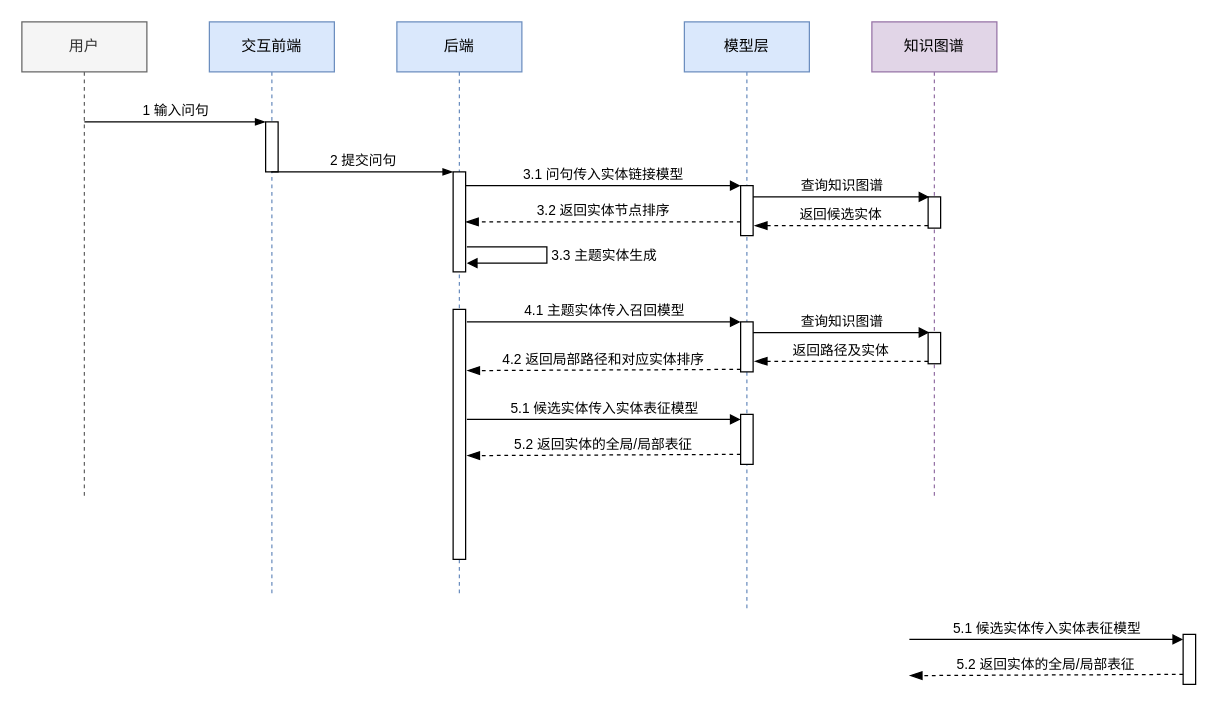
The draw.io diagram timeline.drawio in Dionysusssss/GraduationDesign2, before the edit. Source tidied: cells renumbered, new cells numbered last; positions are measured from the earlier drawing's top-left corner, leaving out a move shared by most shapes. Both pictures are drawn from the tidied source at 125%, with x=0, y=0 at pixel (21, 21).
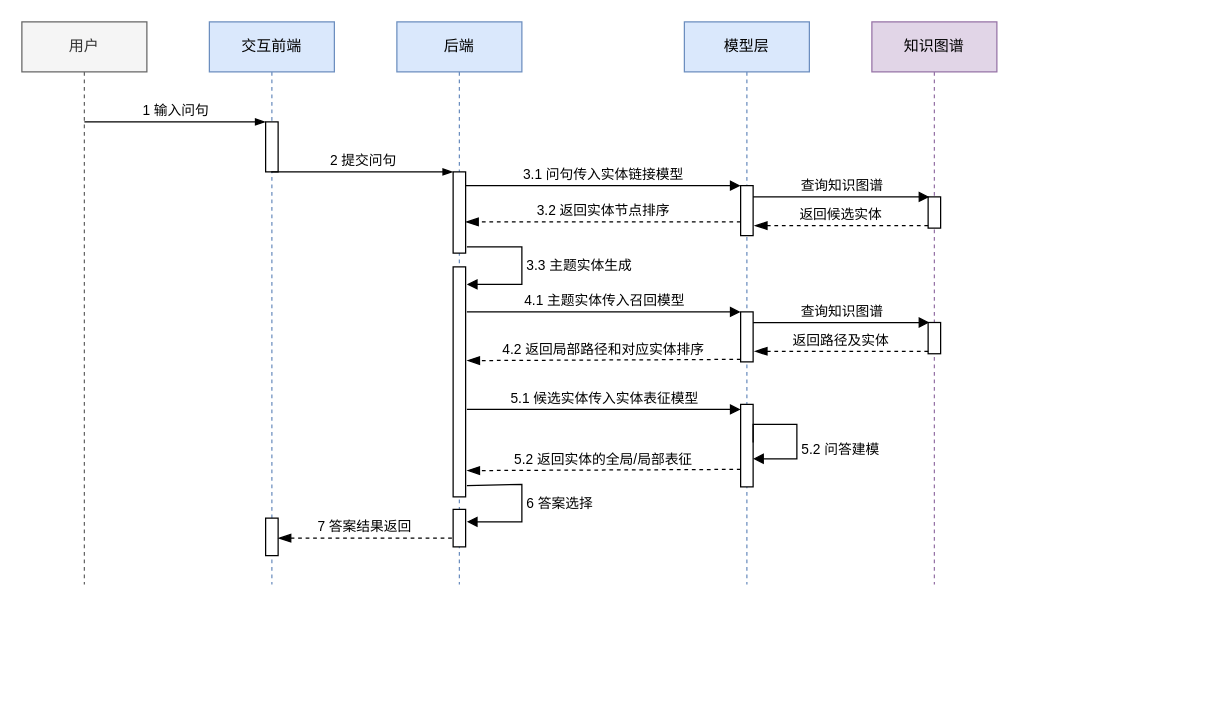
The same page after the edit.

What changed in the source:
```diff
@@
     <mxCell id="2" value="&lt;span style=&quot;&quot;&gt;用户&lt;/span&gt;" style="shape=umlLifeline;perimeter=lifelinePerimeter;whiteSpace=wrap;html=1;fillColor=#f5f5f5;fontColor=#333333;strokeColor=#666666;" parent="1" vertex="1">
-      <mxGeometry width="100" height="380" as="geometry" />
+      <mxGeometry width="100" height="450" as="geometry" />
     </mxCell>
     <mxCell id="3" value="交互前端" style="shape=umlLifeline;perimeter=lifelinePerimeter;whiteSpace=wrap;html=1;outlineConnect=0;fillColor=#dae8fc;strokeColor=#6c8ebf;" parent="1" vertex="1">
-      <mxGeometry x="150" width="100" height="460" as="geometry" />
+      <mxGeometry x="150" width="100" height="450" as="geometry" />
     </mxCell>
@@
+    <mxCell id="31" style="html=1;perimeter=orthogonalPerimeter;" parent="3" vertex="1">
+      <mxGeometry x="45" y="397" width="10" height="30" as="geometry" />
+    </mxCell>
     <mxCell id="5" value="&lt;span style=&quot;&quot;&gt;后端&lt;/span&gt;" style="shape=umlLifeline;perimeter=lifelinePerimeter;whiteSpace=wrap;html=1;fillColor=#dae8fc;strokeColor=#6c8ebf;" parent="1" vertex="1">
-      <mxGeometry x="300" width="100" height="460" as="geometry" />
+      <mxGeometry x="300" width="100" height="450" as="geometry" />
     </mxCell>
     <mxCell id="6" style="html=1;points=[];perimeter=orthogonalPerimeter;" parent="5" vertex="1">
-      <mxGeometry x="45" y="120" width="10" height="80" as="geometry" />
+      <mxGeometry x="45" y="120" width="10" height="65" as="geometry" />
     </mxCell>
     <mxCell id="7" style="html=1;points=[];perimeter=orthogonalPerimeter;" parent="5" vertex="1">
-      <mxGeometry x="45" y="230" width="10" height="200" as="geometry" />
+      <mxGeometry x="45" y="196" width="10" height="184" as="geometry" />
     </mxCell>
     <mxCell id="8" value="3.3 主题实体生成" style="edgeStyle=orthogonalEdgeStyle;html=1;align=left;spacingLeft=2;endArrow=block;rounded=0;jumpSize=6;" parent="5" edge="1">
       <mxGeometry relative="1" as="geometry">
         <mxPoint x="56" y="180" as="sourcePoint" />
-        <mxPoint x="56" y="193" as="targetPoint" />
+        <mxPoint x="56" y="210" as="targetPoint" />
         <Array as="points">
-          <mxPoint x="120" y="180" />
-          <mxPoint x="120" y="193" />
+          <mxPoint x="100" y="180" />
+          <mxPoint x="100" y="210" />
         </Array>
       </mxGeometry>
     </mxCell>
+    <mxCell id="32" value="6 答案选择" style="edgeStyle=orthogonalEdgeStyle;html=1;align=left;spacingLeft=2;endArrow=block;rounded=0;jumpSize=6;exitX=1.1;exitY=0.951;exitDx=0;exitDy=0;exitPerimeter=0;entryX=1.1;entryY=0.333;entryDx=0;entryDy=0;entryPerimeter=0;" parent="5" edge="1" source="7" target="33">
+      <mxGeometry relative="1" as="geometry">
+        <Array as="points">
+          <mxPoint x="100" y="370" />
+          <mxPoint x="100" y="400" />
+        </Array>
+      </mxGeometry>
+    </mxCell>
+    <mxCell id="33" style="html=1;points=[];perimeter=orthogonalPerimeter;" parent="5" vertex="1">
+      <mxGeometry x="45" y="390" width="10" height="30" as="geometry" />
+    </mxCell>
     <mxCell id="9" value="模型层" style="shape=umlLifeline;perimeter=lifelinePerimeter;whiteSpace=wrap;html=1;fillColor=#dae8fc;strokeColor=#6c8ebf;" parent="1" vertex="1">
-      <mxGeometry x="530" width="100" height="470" as="geometry" />
+      <mxGeometry x="530" width="100" height="450" as="geometry" />
     </mxCell>
@@
     <mxCell id="11" style="html=1;points=[];perimeter=orthogonalPerimeter;" parent="9" vertex="1">
-      <mxGeometry x="45" y="240" width="10" height="40" as="geometry" />
+      <mxGeometry x="45" y="232" width="10" height="40" as="geometry" />
     </mxCell>
     <mxCell id="12" style="html=1;perimeter=orthogonalPerimeter;" parent="9" vertex="1">
-      <mxGeometry x="45" y="314" width="10" height="40" as="geometry" />
+      <mxGeometry x="45" y="306" width="10" height="66" as="geometry" />
     </mxCell>
     <mxCell id="13" value="5.1 候选实体传入实体表征模型" style="html=1;verticalAlign=bottom;endArrow=block;entryX=0;entryY=0;rounded=0;" parent="9" edge="1">
       <mxGeometry relative="1" as="geometry">
-        <mxPoint x="-174" y="318" as="sourcePoint" />
-        <mxPoint x="45" y="318" as="targetPoint" />
+        <mxPoint x="-174" y="310" as="sourcePoint" />
+        <mxPoint x="45" y="310" as="targetPoint" />
       </mxGeometry>
     </mxCell>
-    <mxCell id="14" value="5.2 返回实体的全局/局部表征" style="html=1;verticalAlign=bottom;endArrow=blockThin;dashed=1;endSize=8;exitX=0;exitY=0.95;rounded=0;exitDx=0;exitDy=0;endFill=1;" parent="9" edge="1">
-      <mxGeometry relative="1" as="geometry">
-        <mxPoint x="45" y="346" as="sourcePoint" />
-        <mxPoint x="-174" y="347" as="targetPoint" />
-      </mxGeometry>
-    </mxCell>
+    <mxCell id="34" value="5.2 问答建模" style="edgeStyle=orthogonalEdgeStyle;html=1;align=left;spacingLeft=2;endArrow=block;rounded=0;jumpSize=6;verticalAlign=top;labelPosition=right;verticalLabelPosition=bottom;" parent="9" edge="1">
+      <mxGeometry relative="1" as="geometry">
+        <mxPoint x="55" y="336.5" as="sourcePoint" />
+        <mxPoint x="55" y="349.5" as="targetPoint" />
+        <Array as="points">
+          <mxPoint x="55" y="322" />
+          <mxPoint x="90" y="322" />
+          <mxPoint x="90" y="350" />
+        </Array>
+      </mxGeometry>
+    </mxCell>
     <mxCell id="15" value="知识图谱" style="shape=umlLifeline;perimeter=lifelinePerimeter;whiteSpace=wrap;html=1;fillColor=#e1d5e7;strokeColor=#9673a6;" parent="1" vertex="1">
-      <mxGeometry x="680" width="100" height="380" as="geometry" />
+      <mxGeometry x="680" width="100" height="450" as="geometry" />
     </mxCell>
@@
     <mxCell id="17" style="html=1;perimeter=orthogonalPerimeter;" parent="15" vertex="1">
-      <mxGeometry x="45" y="248.5" width="10" height="25" as="geometry" />
+      <mxGeometry x="45" y="240.5" width="10" height="25" as="geometry" />
     </mxCell>
     <mxCell id="18" value="返回路径及实体" style="html=1;verticalAlign=bottom;endArrow=blockThin;dashed=1;endSize=8;exitX=0;exitY=0.95;rounded=0;entryX=1.1;entryY=0.9;entryDx=0;entryDy=0;entryPerimeter=0;endFill=1;jumpSize=6;" parent="15" edge="1">
       <mxGeometry relative="1" as="geometry">
-        <mxPoint x="45" y="271.5" as="sourcePoint" />
-        <mxPoint x="-94" y="271.5" as="targetPoint" />
+        <mxPoint x="45" y="263.5" as="sourcePoint" />
+        <mxPoint x="-94" y="263.5" as="targetPoint" />
       </mxGeometry>
     </mxCell>
     <mxCell id="19" value="查询知识图谱" style="html=1;verticalAlign=bottom;endArrow=block;rounded=0;entryX=0.1;entryY=0.1;entryDx=0;entryDy=0;entryPerimeter=0;exitX=1;exitY=0.275;exitDx=0;exitDy=0;exitPerimeter=0;" parent="15" edge="1">
       <mxGeometry relative="1" as="geometry">
-        <mxPoint x="-95" y="248.5" as="sourcePoint" />
-        <mxPoint x="46" y="248.5" as="targetPoint" />
+        <mxPoint x="-95" y="240.5" as="sourcePoint" />
+        <mxPoint x="46" y="240.5" as="targetPoint" />
       </mxGeometry>
     </mxCell>
@@
     <mxCell id="26" value="4.1 主题实体传入召回模型" style="html=1;verticalAlign=bottom;endArrow=block;entryX=0;entryY=0;rounded=0;" parent="1" edge="1" target="11">
       <mxGeometry relative="1" as="geometry">
-        <mxPoint x="356" y="240" as="sourcePoint" />
+        <mxPoint x="356" y="232" as="sourcePoint" />
       </mxGeometry>
     </mxCell>
     <mxCell id="27" value="4.2 返回局部路径和对应实体排序" style="html=1;verticalAlign=bottom;endArrow=blockThin;dashed=1;endSize=8;exitX=0;exitY=0.95;rounded=0;exitDx=0;exitDy=0;endFill=1;" parent="1" edge="1" source="11">
       <mxGeometry relative="1" as="geometry">
-        <mxPoint x="356" y="279" as="targetPoint" />
+        <mxPoint x="356" y="271" as="targetPoint" />
       </mxGeometry>
     </mxCell>
-    <mxCell id="28" style="html=1;perimeter=orthogonalPerimeter;" parent="1" vertex="1">
-      <mxGeometry x="929" y="490" width="10" height="40" as="geometry" />
-    </mxCell>
-    <mxCell id="29" value="5.1 候选实体传入实体表征模型" style="html=1;verticalAlign=bottom;endArrow=block;entryX=0;entryY=0;rounded=0;" parent="1" edge="1">
-      <mxGeometry relative="1" as="geometry">
-        <mxPoint x="710" y="494" as="sourcePoint" />
-        <mxPoint x="929" y="494" as="targetPoint" />
-      </mxGeometry>
-    </mxCell>
-    <mxCell id="30" value="5.2 返回实体的全局/局部表征" style="html=1;verticalAlign=bottom;endArrow=blockThin;dashed=1;endSize=8;exitX=0;exitY=0.95;rounded=0;exitDx=0;exitDy=0;endFill=1;" parent="1" edge="1">
-      <mxGeometry relative="1" as="geometry">
-        <mxPoint x="929" y="522" as="sourcePoint" />
-        <mxPoint x="710" y="523" as="targetPoint" />
-      </mxGeometry>
-    </mxCell>
+    <mxCell id="14" value="5.2 返回实体的全局/局部表征" style="html=1;verticalAlign=bottom;endArrow=blockThin;dashed=1;endSize=8;exitX=0;exitY=0.95;rounded=0;exitDx=0;exitDy=0;endFill=1;" parent="1" edge="1">
+      <mxGeometry relative="1" as="geometry">
+        <mxPoint x="575" y="358" as="sourcePoint" />
+        <mxPoint x="356" y="359" as="targetPoint" />
+      </mxGeometry>
+    </mxCell>
+    <mxCell id="35" value="7 答案结果返回" style="html=1;verticalAlign=bottom;endArrow=blockThin;dashed=1;endSize=8;rounded=0;jumpSize=6;exitX=-0.1;exitY=0.667;exitDx=0;exitDy=0;exitPerimeter=0;endFill=1;" parent="1" edge="1">
+      <mxGeometry relative="1" as="geometry">
+        <mxPoint x="344" y="413" as="sourcePoint" />
+        <mxPoint x="205" y="413" as="targetPoint" />
+      </mxGeometry>
+    </mxCell>
```
